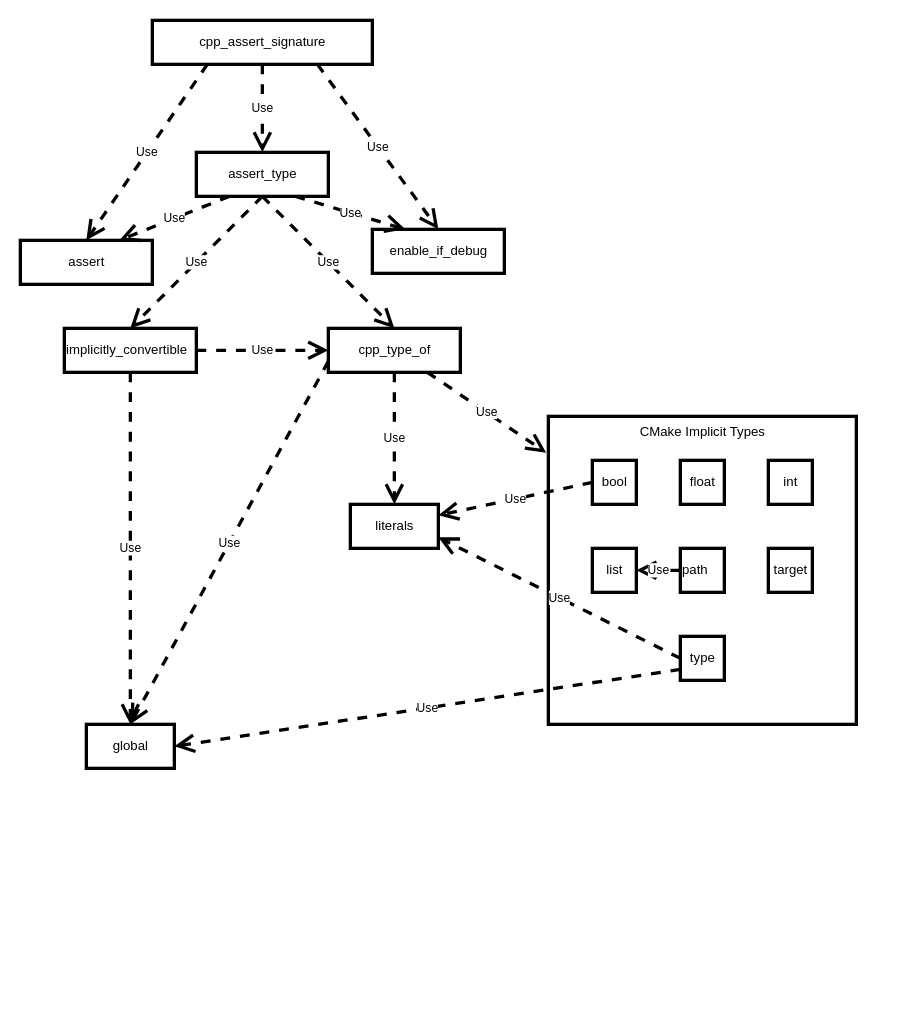
This is page "signature" (3 of 5) of docs/source/developer/uml.drawio from CMakePP/CMakePPLang, a draw.io file, before an edit. Source tidied: cells renumbered, new cells numbered last; positions are measured from the earlier drawing's top-left corner, leaving out a move shared by most shapes. Both pictures are drawn from the tidied source at 110%, with x=0, y=0 at pixel (20, 20).
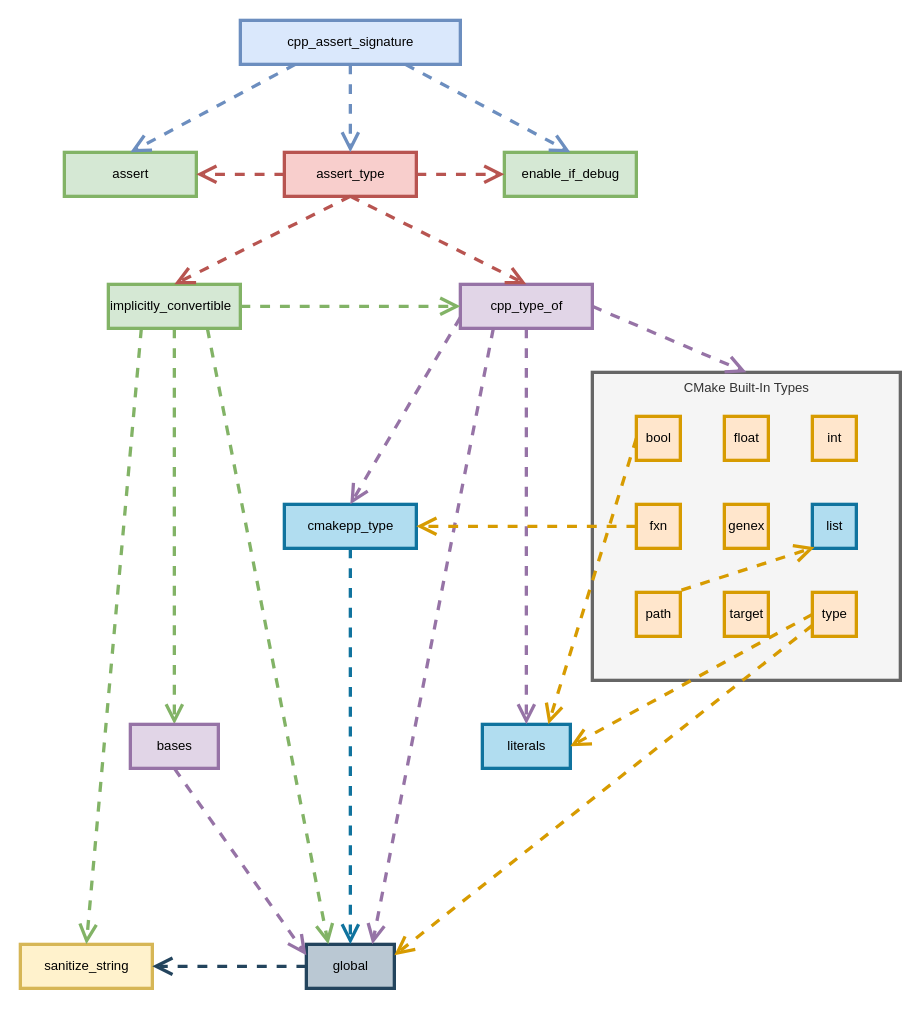
Above is the later version.

Change to the diagram source:
```diff
@@
-    <mxCell id="2" value="CMake Implicit Types" style="html=1;strokeWidth=3;align=center;verticalAlign=top;" parent="1" vertex="1">
-      <mxGeometry x="480" y="360" width="280" height="280" as="geometry" />
+    <mxCell id="2" value="CMake Built-In Types" style="html=1;strokeWidth=3;align=center;verticalAlign=top;fillColor=#f5f5f5;strokeColor=#666666;fontColor=#333333;" parent="1" vertex="1">
+      <mxGeometry x="520" y="320" width="280" height="280" as="geometry" />
     </mxCell>
-    <mxCell id="3" value="cpp_assert_signature" style="html=1;strokeWidth=3;align=center;" parent="1" vertex="1">
-      <mxGeometry x="120" width="200" height="40" as="geometry" />
+    <mxCell id="3" value="cpp_assert_signature" style="html=1;strokeWidth=3;align=center;fillColor=#dae8fc;strokeColor=#6c8ebf;" parent="1" vertex="1">
+      <mxGeometry x="200" width="200" height="40" as="geometry" />
     </mxCell>
-    <mxCell id="4" value="cpp_type_of" style="html=1;strokeWidth=3;align=center;" parent="1" vertex="1">
-      <mxGeometry x="280" y="280" width="120" height="40" as="geometry" />
+    <mxCell id="4" value="cpp_type_of" style="html=1;strokeWidth=3;align=center;fillColor=#e1d5e7;strokeColor=#9673a6;" parent="1" vertex="1">
+      <mxGeometry x="400" y="240" width="120" height="40" as="geometry" />
     </mxCell>
-    <mxCell id="5" value="assert" style="html=1;strokeWidth=3;align=center;" parent="1" vertex="1">
-      <mxGeometry y="200" width="120" height="40" as="geometry" />
+    <mxCell id="5" value="assert" style="html=1;strokeWidth=3;align=center;fillColor=#d5e8d4;strokeColor=#82b366;" parent="1" vertex="1">
+      <mxGeometry x="40" y="120" width="120" height="40" as="geometry" />
     </mxCell>
-    <mxCell id="6" value="Use" style="endArrow=open;endSize=12;dashed=1;html=1;strokeWidth=3;exitX=0.25;exitY=1;exitDx=0;exitDy=0;entryX=0.5;entryY=0;entryDx=0;entryDy=0;" parent="1" edge="1" source="3" target="5">
+    <mxCell id="6" value="Use" style="endArrow=open;endSize=12;dashed=1;html=1;strokeWidth=3;exitX=0.25;exitY=1;exitDx=0;exitDy=0;entryX=0.5;entryY=0;entryDx=0;entryDy=0;fillColor=#dae8fc;strokeColor=#6c8ebf;noLabel=1;fontColor=none;" parent="1" edge="1" source="3" target="5">
       <mxGeometry relative="1" as="geometry" />
     </mxCell>
-    <mxCell id="7" value="Use" style="endArrow=open;endSize=12;dashed=1;html=1;strokeWidth=3;entryX=0.5;entryY=0;entryDx=0;entryDy=0;exitX=0.5;exitY=1;exitDx=0;exitDy=0;" parent="1" edge="1" source="27" target="4">
+    <mxCell id="7" value="Use" style="endArrow=open;endSize=12;dashed=1;html=1;strokeWidth=3;entryX=0.5;entryY=0;entryDx=0;entryDy=0;exitX=0.5;exitY=1;exitDx=0;exitDy=0;fillColor=#f8cecc;strokeColor=#b85450;noLabel=1;fontColor=none;" parent="1" edge="1" source="27" target="4">
       <mxGeometry relative="1" as="geometry" />
     </mxCell>
-    <mxCell id="8" value="enable_if_debug" style="html=1;strokeWidth=3;align=center;" parent="1" vertex="1">
-      <mxGeometry x="320" y="190" width="120" height="40" as="geometry" />
+    <mxCell id="8" value="enable_if_debug" style="html=1;strokeWidth=3;align=center;fillColor=#d5e8d4;strokeColor=#82b366;" parent="1" vertex="1">
+      <mxGeometry x="440" y="120" width="120" height="40" as="geometry" />
     </mxCell>
-    <mxCell id="9" value="Use" style="endArrow=open;endSize=12;dashed=1;html=1;strokeWidth=3;exitX=0.75;exitY=1;exitDx=0;exitDy=0;entryX=0.5;entryY=0;entryDx=0;entryDy=0;" parent="1" edge="1" source="3" target="8">
+    <mxCell id="9" value="Use" style="endArrow=open;endSize=12;dashed=1;html=1;strokeWidth=3;exitX=0.75;exitY=1;exitDx=0;exitDy=0;entryX=0.5;entryY=0;entryDx=0;entryDy=0;fillColor=#dae8fc;strokeColor=#6c8ebf;noLabel=1;fontColor=none;" parent="1" edge="1" source="3" target="8">
       <mxGeometry relative="1" as="geometry" />
     </mxCell>
-    <mxCell id="10" value="literals" style="html=1;strokeWidth=3;align=center;" parent="1" vertex="1">
-      <mxGeometry x="300" y="440" width="80" height="40" as="geometry" />
+    <mxCell id="10" value="literals" style="html=1;strokeWidth=3;align=center;fillColor=#b1ddf0;strokeColor=#10739e;" parent="1" vertex="1">
+      <mxGeometry x="420" y="640" width="80" height="40" as="geometry" />
     </mxCell>
-    <mxCell id="11" value="global" style="html=1;strokeWidth=3;align=center;" parent="1" vertex="1">
-      <mxGeometry x="60" y="640" width="80" height="40" as="geometry" />
+    <mxCell id="11" value="global" style="html=1;strokeWidth=3;align=center;fillColor=#bac8d3;strokeColor=#23445d;" parent="1" vertex="1">
+      <mxGeometry x="260" y="840" width="80" height="40" as="geometry" />
     </mxCell>
-    <mxCell id="12" value="Use" style="endArrow=open;endSize=12;dashed=1;html=1;strokeWidth=3;exitX=0;exitY=0.75;exitDx=0;exitDy=0;entryX=0.5;entryY=0;entryDx=0;entryDy=0;" parent="1" edge="1" source="4" target="11">
+    <mxCell id="12" value="Use" style="endArrow=open;endSize=12;dashed=1;html=1;strokeWidth=3;exitX=0.25;exitY=1;exitDx=0;exitDy=0;entryX=0.75;entryY=0;entryDx=0;entryDy=0;fillColor=#e1d5e7;strokeColor=#9673a6;fontColor=none;noLabel=1;" parent="1" edge="1" source="4" target="11">
       <mxGeometry relative="1" as="geometry" />
     </mxCell>
-    <mxCell id="13" value="Use" style="endArrow=open;endSize=12;dashed=1;html=1;strokeWidth=3;exitX=0.5;exitY=1;exitDx=0;exitDy=0;entryX=0.5;entryY=0;entryDx=0;entryDy=0;" parent="1" edge="1" source="4" target="10">
+    <mxCell id="13" value="Use" style="endArrow=open;endSize=12;dashed=1;html=1;strokeWidth=3;exitX=0.5;exitY=1;exitDx=0;exitDy=0;entryX=0.5;entryY=0;entryDx=0;entryDy=0;fillColor=#e1d5e7;strokeColor=#9673a6;noLabel=1;fontColor=none;" parent="1" edge="1" source="4" target="10">
       <mxGeometry relative="1" as="geometry" />
     </mxCell>
-    <mxCell id="14" value="bool" style="html=1;strokeWidth=3;align=center;" parent="1" vertex="1">
-      <mxGeometry x="520" y="400" width="40" height="40" as="geometry" />
+    <mxCell id="14" value="bool" style="html=1;strokeWidth=3;align=center;fillColor=#ffe6cc;strokeColor=#d79b00;" parent="1" vertex="1">
+      <mxGeometry x="560" y="360" width="40" height="40" as="geometry" />
     </mxCell>
-    <mxCell id="15" value="float" style="html=1;strokeWidth=3;align=center;" parent="1" vertex="1">
-      <mxGeometry x="600" y="400" width="40" height="40" as="geometry" />
+    <mxCell id="15" value="float" style="html=1;strokeWidth=3;align=center;fillColor=#ffe6cc;strokeColor=#d79b00;" parent="1" vertex="1">
+      <mxGeometry x="640" y="360" width="40" height="40" as="geometry" />
     </mxCell>
-    <mxCell id="16" value="Use" style="endArrow=open;endSize=12;dashed=1;html=1;strokeWidth=3;exitX=0;exitY=0.5;exitDx=0;exitDy=0;entryX=1;entryY=0.25;entryDx=0;entryDy=0;" parent="1" edge="1" source="14" target="10">
+    <mxCell id="16" value="Use" style="endArrow=open;endSize=12;dashed=1;html=1;strokeWidth=3;exitX=0;exitY=0.5;exitDx=0;exitDy=0;entryX=0.75;entryY=0;entryDx=0;entryDy=0;fillColor=#ffe6cc;strokeColor=#d79b00;noLabel=1;fontColor=none;" parent="1" edge="1" source="14" target="10">
       <mxGeometry relative="1" as="geometry" />
     </mxCell>
-    <mxCell id="17" value="int" style="html=1;strokeWidth=3;align=center;" parent="1" vertex="1">
-      <mxGeometry x="680" y="400" width="40" height="40" as="geometry" />
+    <mxCell id="17" value="int" style="html=1;strokeWidth=3;align=center;fillColor=#ffe6cc;strokeColor=#d79b00;" parent="1" vertex="1">
+      <mxGeometry x="720" y="360" width="40" height="40" as="geometry" />
     </mxCell>
-    <mxCell id="18" value="list" style="html=1;strokeWidth=3;align=center;" parent="1" vertex="1">
-      <mxGeometry x="520" y="480" width="40" height="40" as="geometry" />
+    <mxCell id="18" value="list" style="html=1;strokeWidth=3;align=center;fillColor=#b1ddf0;strokeColor=#10739e;" parent="1" vertex="1">
+      <mxGeometry x="720" y="440" width="40" height="40" as="geometry" />
     </mxCell>
-    <mxCell id="19" value="path" style="html=1;strokeWidth=3;align=left;" parent="1" vertex="1">
-      <mxGeometry x="600" y="480" width="40" height="40" as="geometry" />
+    <mxCell id="19" value="path" style="html=1;strokeWidth=3;align=center;fillColor=#ffe6cc;strokeColor=#d79b00;" parent="1" vertex="1">
+      <mxGeometry x="560" y="520" width="40" height="40" as="geometry" />
     </mxCell>
-    <mxCell id="20" value="Use" style="endArrow=open;endSize=12;dashed=1;html=1;strokeWidth=3;exitX=0;exitY=0.5;exitDx=0;exitDy=0;entryX=1;entryY=0.5;entryDx=0;entryDy=0;" parent="1" edge="1" source="19" target="18">
+    <mxCell id="20" value="Use" style="endArrow=open;endSize=12;dashed=1;html=1;strokeWidth=3;exitX=1.025;exitY=-0.05;exitDx=0;exitDy=0;entryX=0.05;entryY=0.975;entryDx=0;entryDy=0;fillColor=#ffe6cc;strokeColor=#d79b00;noLabel=1;fontColor=none;entryPerimeter=0;exitPerimeter=0;" parent="1" edge="1" source="19" target="18">
       <mxGeometry relative="1" as="geometry" />
     </mxCell>
-    <mxCell id="21" value="target" style="html=1;strokeWidth=3;align=center;" parent="1" vertex="1">
-      <mxGeometry x="680" y="480" width="40" height="40" as="geometry" />
+    <mxCell id="21" value="target" style="html=1;strokeWidth=3;align=center;fillColor=#ffe6cc;strokeColor=#d79b00;" parent="1" vertex="1">
+      <mxGeometry x="640" y="520" width="40" height="40" as="geometry" />
     </mxCell>
-    <mxCell id="22" value="type" style="html=1;strokeWidth=3;align=center;" parent="1" vertex="1">
-      <mxGeometry x="600" y="560" width="40" height="40" as="geometry" />
+    <mxCell id="22" value="type" style="html=1;strokeWidth=3;align=center;fillColor=#ffe6cc;strokeColor=#d79b00;" parent="1" vertex="1">
+      <mxGeometry x="720" y="520" width="40" height="40" as="geometry" />
     </mxCell>
-    <mxCell id="23" value="Use" style="endArrow=open;endSize=12;dashed=1;html=1;strokeWidth=3;exitX=0;exitY=0.5;exitDx=0;exitDy=0;entryX=1;entryY=0.75;entryDx=0;entryDy=0;" parent="1" edge="1" source="22" target="10">
+    <mxCell id="23" value="Use" style="endArrow=open;endSize=12;dashed=1;html=1;strokeWidth=3;exitX=0;exitY=0.5;exitDx=0;exitDy=0;entryX=1;entryY=0.5;entryDx=0;entryDy=0;fillColor=#ffe6cc;strokeColor=#d79b00;noLabel=1;fontColor=none;" parent="1" edge="1" source="22" target="10">
       <mxGeometry relative="1" as="geometry" />
     </mxCell>
-    <mxCell id="24" value="Use" style="endArrow=open;endSize=12;dashed=1;html=1;strokeWidth=3;exitX=0;exitY=0.75;exitDx=0;exitDy=0;entryX=1;entryY=0.5;entryDx=0;entryDy=0;" parent="1" edge="1" source="22" target="11">
+    <mxCell id="24" value="Use" style="endArrow=open;endSize=12;dashed=1;html=1;strokeWidth=3;exitX=0;exitY=0.75;exitDx=0;exitDy=0;entryX=1;entryY=0.25;entryDx=0;entryDy=0;fillColor=#ffe6cc;strokeColor=#d79b00;noLabel=1;fontColor=none;" parent="1" edge="1" source="22" target="11">
       <mxGeometry relative="1" as="geometry" />
     </mxCell>
-    <mxCell id="25" value="Use" style="endArrow=open;endSize=12;dashed=1;html=1;strokeWidth=3;exitX=0.75;exitY=1;exitDx=0;exitDy=0;entryX=-0.007;entryY=0.118;entryDx=0;entryDy=0;entryPerimeter=0;" parent="1" edge="1" source="4" target="2">
+    <mxCell id="25" value="Use" style="endArrow=open;endSize=12;dashed=1;html=1;strokeWidth=3;exitX=1;exitY=0.5;exitDx=0;exitDy=0;entryX=0.5;entryY=0;entryDx=0;entryDy=0;fillColor=#e1d5e7;strokeColor=#9673a6;noLabel=1;fontColor=none;" parent="1" edge="1" source="4" target="2">
       <mxGeometry relative="1" as="geometry" />
     </mxCell>
-    <mxCell id="26" value="implicitly_convertible" style="html=1;strokeWidth=3;align=left;" parent="1" vertex="1">
-      <mxGeometry x="40" y="280" width="120" height="40" as="geometry" />
+    <mxCell id="26" value="implicitly_convertible" style="html=1;strokeWidth=3;align=left;fillColor=#d5e8d4;strokeColor=#82b366;" parent="1" vertex="1">
+      <mxGeometry x="80" y="240" width="120" height="40" as="geometry" />
     </mxCell>
-    <mxCell id="27" value="assert_type" style="html=1;strokeWidth=3;align=center;" parent="1" vertex="1">
-      <mxGeometry x="160" y="120" width="120" height="40" as="geometry" />
+    <mxCell id="27" value="assert_type" style="html=1;strokeWidth=3;align=center;fillColor=#f8cecc;strokeColor=#b85450;" parent="1" vertex="1">
+      <mxGeometry x="240" y="120" width="120" height="40" as="geometry" />
     </mxCell>
-    <mxCell id="28" value="Use" style="endArrow=open;endSize=12;dashed=1;html=1;strokeWidth=3;exitX=0.5;exitY=1;exitDx=0;exitDy=0;entryX=0.5;entryY=0;entryDx=0;entryDy=0;" parent="1" edge="1" source="3" target="27">
+    <mxCell id="28" value="Use" style="endArrow=open;endSize=12;dashed=1;html=1;strokeWidth=3;exitX=0.5;exitY=1;exitDx=0;exitDy=0;entryX=0.5;entryY=0;entryDx=0;entryDy=0;fillColor=#dae8fc;strokeColor=#6c8ebf;noLabel=1;fontColor=none;" parent="1" edge="1" source="3" target="27">
       <mxGeometry relative="1" as="geometry" />
     </mxCell>
-    <mxCell id="29" value="Use" style="endArrow=open;endSize=12;dashed=1;html=1;strokeWidth=3;exitX=0.25;exitY=1;exitDx=0;exitDy=0;" parent="1" edge="1" source="27">
-      <mxGeometry relative="1" as="geometry">
-        <mxPoint x="90" y="200" as="targetPoint" />
-      </mxGeometry>
+    <mxCell id="29" value="Use" style="endArrow=open;endSize=12;dashed=1;html=1;strokeWidth=3;exitX=0;exitY=0.5;exitDx=0;exitDy=0;entryX=1;entryY=0.5;entryDx=0;entryDy=0;fillColor=#f8cecc;strokeColor=#b85450;noLabel=1;fontColor=none;" parent="1" edge="1" source="27" target="5">
+      <mxGeometry relative="1" as="geometry" />
     </mxCell>
-    <mxCell id="30" value="Use" style="endArrow=open;endSize=12;dashed=1;html=1;strokeWidth=3;exitX=0.75;exitY=1;exitDx=0;exitDy=0;entryX=0.25;entryY=0;entryDx=0;entryDy=0;" parent="1" edge="1" source="27" target="8">
+    <mxCell id="30" value="Use" style="endArrow=open;endSize=12;dashed=1;html=1;strokeWidth=3;exitX=1;exitY=0.5;exitDx=0;exitDy=0;entryX=0;entryY=0.5;entryDx=0;entryDy=0;fillColor=#f8cecc;strokeColor=#b85450;noLabel=1;fontColor=none;" parent="1" edge="1" source="27" target="8">
       <mxGeometry relative="1" as="geometry" />
     </mxCell>
-    <mxCell id="31" value="Use" style="endArrow=open;endSize=12;dashed=1;html=1;strokeWidth=3;exitX=0.5;exitY=1;exitDx=0;exitDy=0;entryX=0.5;entryY=0;entryDx=0;entryDy=0;" parent="1" edge="1" source="27" target="26">
+    <mxCell id="31" value="Use" style="endArrow=open;endSize=12;dashed=1;html=1;strokeWidth=3;exitX=0.5;exitY=1;exitDx=0;exitDy=0;entryX=0.5;entryY=0;entryDx=0;entryDy=0;fillColor=#f8cecc;strokeColor=#b85450;noLabel=1;fontColor=none;" parent="1" edge="1" source="27" target="26">
       <mxGeometry relative="1" as="geometry" />
     </mxCell>
-    <mxCell id="32" value="Use" style="endArrow=open;endSize=12;dashed=1;html=1;strokeWidth=3;exitX=1;exitY=0.5;exitDx=0;exitDy=0;entryX=0;entryY=0.5;entryDx=0;entryDy=0;" parent="1" edge="1" source="26" target="4">
+    <mxCell id="32" value="Use" style="endArrow=open;endSize=12;dashed=1;html=1;strokeWidth=3;exitX=1;exitY=0.5;exitDx=0;exitDy=0;entryX=0;entryY=0.5;entryDx=0;entryDy=0;fillColor=#d5e8d4;strokeColor=#82b366;noLabel=1;fontColor=none;" parent="1" edge="1" source="26" target="4">
       <mxGeometry relative="1" as="geometry" />
     </mxCell>
-    <mxCell id="33" value="Use" style="endArrow=open;endSize=12;dashed=1;html=1;strokeWidth=3;exitX=0.5;exitY=1;exitDx=0;exitDy=0;" parent="1" edge="1" source="26" target="11">
+    <mxCell id="33" value="Use" style="endArrow=open;endSize=12;dashed=1;html=1;strokeWidth=3;exitX=0.75;exitY=1;exitDx=0;exitDy=0;entryX=0.25;entryY=0;entryDx=0;entryDy=0;fillColor=#d5e8d4;strokeColor=#82b366;fontColor=none;noLabel=1;" parent="1" edge="1" source="26" target="11">
       <mxGeometry relative="1" as="geometry" />
     </mxCell>
+    <mxCell id="34" value="sanitize_string" style="html=1;strokeWidth=3;align=center;fillColor=#fff2cc;strokeColor=#d6b656;" parent="1" vertex="1">
+      <mxGeometry y="840" width="120" height="40" as="geometry" />
+    </mxCell>
+    <mxCell id="35" value="Use" style="endArrow=open;endSize=12;dashed=1;html=1;strokeWidth=3;exitX=0.25;exitY=1;exitDx=0;exitDy=0;entryX=0.5;entryY=0;entryDx=0;entryDy=0;fillColor=#d5e8d4;strokeColor=#82b366;fontColor=none;noLabel=1;" parent="1" edge="1" source="26" target="34">
+      <mxGeometry relative="1" as="geometry" />
+    </mxCell>
+    <mxCell id="36" value="Use" style="endArrow=open;endSize=12;dashed=1;html=1;strokeWidth=3;exitX=0.5;exitY=1;exitDx=0;exitDy=0;entryX=0.5;entryY=0;entryDx=0;entryDy=0;fillColor=#d5e8d4;strokeColor=#82b366;noLabel=1;fontColor=none;" parent="1" edge="1" source="26" target="37">
+      <mxGeometry relative="1" as="geometry" />
+    </mxCell>
+    <mxCell id="37" value="bases" style="html=1;strokeWidth=3;align=center;fillColor=#e1d5e7;strokeColor=#9673a6;" parent="1" vertex="1">
+      <mxGeometry x="100" y="640" width="80" height="40" as="geometry" />
+    </mxCell>
+    <mxCell id="38" value="cmakepp_type" style="html=1;strokeWidth=3;align=center;fillColor=#b1ddf0;strokeColor=#10739e;" parent="1" vertex="1">
+      <mxGeometry x="240" y="440" width="120" height="40" as="geometry" />
+    </mxCell>
+    <mxCell id="39" value="Use" style="endArrow=open;endSize=12;dashed=1;html=1;strokeWidth=3;exitX=0;exitY=0.75;exitDx=0;exitDy=0;entryX=0.5;entryY=0;entryDx=0;entryDy=0;fillColor=#e1d5e7;strokeColor=#9673a6;noLabel=1;fontColor=none;" parent="1" edge="1" source="4" target="38">
+      <mxGeometry relative="1" as="geometry" />
+    </mxCell>
+    <mxCell id="40" value="Use" style="endArrow=open;endSize=12;dashed=1;html=1;strokeWidth=3;exitX=0.5;exitY=1;exitDx=0;exitDy=0;entryX=0.5;entryY=0;entryDx=0;entryDy=0;fillColor=#b1ddf0;strokeColor=#10739e;fontColor=none;noLabel=1;" parent="1" edge="1" source="38" target="11">
+      <mxGeometry relative="1" as="geometry" />
+    </mxCell>
+    <mxCell id="41" value="Use" style="endArrow=open;endSize=12;dashed=1;html=1;strokeWidth=3;exitX=0.5;exitY=1;exitDx=0;exitDy=0;entryX=0;entryY=0.25;entryDx=0;entryDy=0;fillColor=#e1d5e7;strokeColor=#9673a6;fontColor=none;noLabel=1;" parent="1" edge="1" source="37" target="11">
+      <mxGeometry relative="1" as="geometry" />
+    </mxCell>
+    <mxCell id="42" value="Use" style="endArrow=open;endSize=12;dashed=1;html=1;strokeWidth=3;exitX=0;exitY=0.5;exitDx=0;exitDy=0;entryX=1;entryY=0.5;entryDx=0;entryDy=0;fillColor=#bac8d3;strokeColor=#23445d;fontColor=none;noLabel=1;" parent="1" edge="1" source="11" target="34">
+      <mxGeometry relative="1" as="geometry" />
+    </mxCell>
+    <mxCell id="43" value="fxn" style="html=1;strokeWidth=3;align=center;fillColor=#ffe6cc;strokeColor=#d79b00;" parent="1" vertex="1">
+      <mxGeometry x="560" y="440" width="40" height="40" as="geometry" />
+    </mxCell>
+    <mxCell id="44" value="Use" style="endArrow=open;endSize=12;dashed=1;html=1;strokeWidth=3;exitX=0;exitY=0.5;exitDx=0;exitDy=0;entryX=1;entryY=0.5;entryDx=0;entryDy=0;fillColor=#ffe6cc;strokeColor=#d79b00;noLabel=1;fontColor=none;" parent="1" edge="1" source="43" target="38">
+      <mxGeometry relative="1" as="geometry" />
+    </mxCell>
+    <mxCell id="45" value="genex" style="html=1;strokeWidth=3;align=center;fillColor=#ffe6cc;strokeColor=#d79b00;" parent="1" vertex="1">
+      <mxGeometry x="640" y="440" width="40" height="40" as="geometry" />
+    </mxCell>
```
